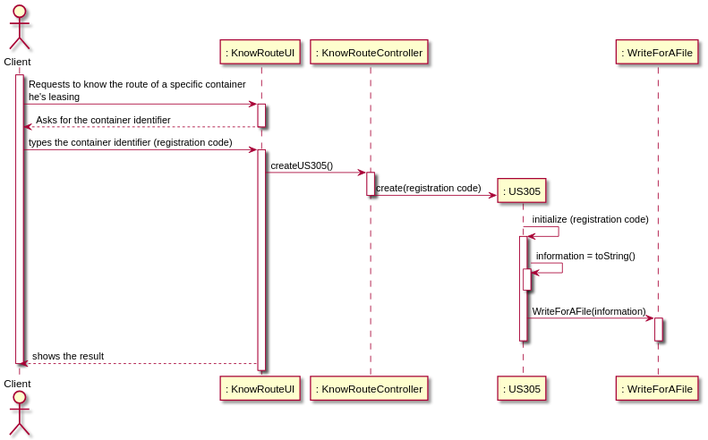
Above: docs/US305/US305_SD.svg in 0franciscor/lapr3-2021-g042 (PlantUML), before the change.
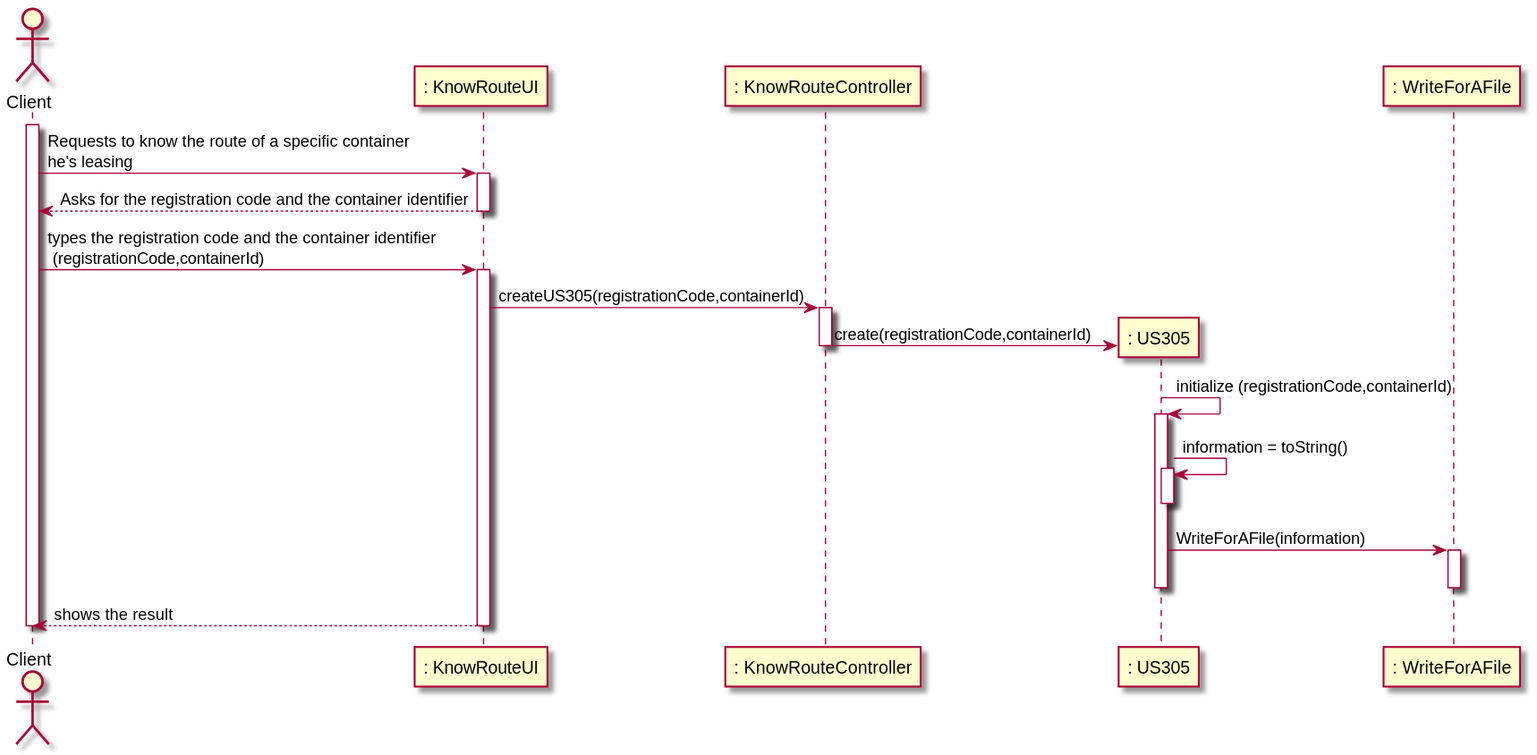
The same file after the commit.

What changed in the source:
```diff
@@ -5,21 +5,19 @@
 participant ": US305" as US
 participant ": WriteForAFile" as WF
 
-
 activate C
 C -> UI : Requests to know the route of a specific container \nhe's leasing
 activate UI
-UI --> C : Asks for the container identifier
+UI --> C : Asks for the registration code and the container identifier
 deactivate UI
 
-
-C -> UI : types the container identifier (registration code)
+C -> UI : types the registration code and the container identifier\n (registrationCode,containerId)
 activate UI
-UI-> CT : createUS305()
+UI-> CT : createUS305(registrationCode,containerId)
 activate CT
-CT -> US** : create(registration code)
+CT -> US** : create(registrationCode,containerId)
 deactivate CT
-US -> US : initialize (registration code)
+US -> US : initialize (registrationCode,containerId)
 activate US
 US -> US : information = toString()
 activate US
@@ -29,9 +27,7 @@
 deactivate WF
 deactivate US
 UI-->C : shows the result
+deactivate UI
 deactivate C
 
-
-
-
 @enduml
```
